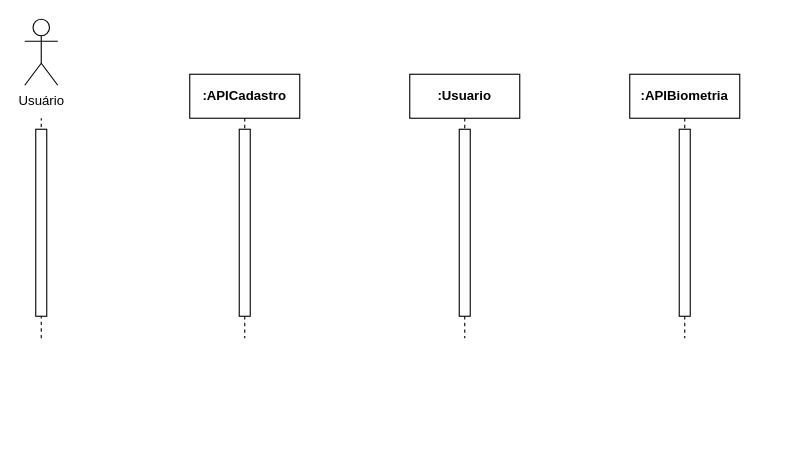
This is diagrama_sequencia/Diagrama_Sequencia_UC03.drawio from gb-cs-rt/home_broker, a draw.io file, before an edit. Source tidied: cells renumbered, new cells numbered last; positions are measured from the earlier drawing's top-left corner, leaving out a move shared by most shapes. Both pictures are drawn from the tidied source at 110%, with x=0, y=0 at pixel (24, 19).
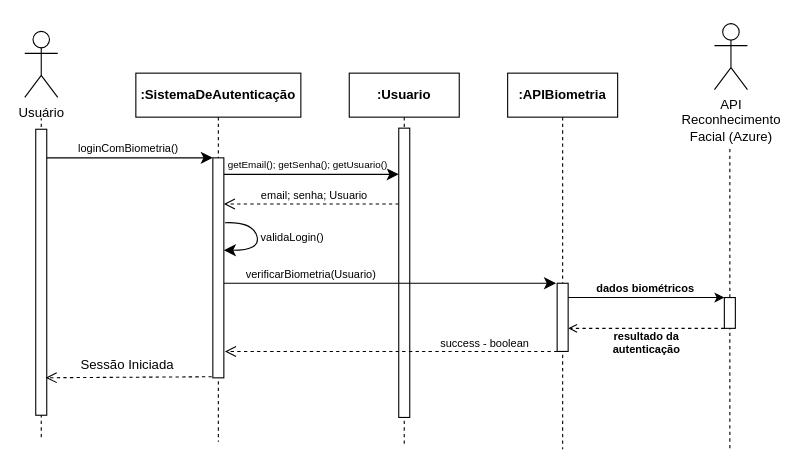
The same diagram, later.

The edit, as a diff of the source:
```diff
@@
     <mxCell id="2" style="endArrow=none;dashed=1;html=1;rounded=0;" parent="1" edge="1">
       <mxGeometry relative="1" as="geometry">
-        <mxPoint x="15" y="290" as="sourcePoint" />
+        <mxPoint x="15" y="380" as="sourcePoint" />
         <mxPoint x="15" y="90" as="targetPoint" />
       </mxGeometry>
     </mxCell>
     <mxCell id="3" value="&lt;b&gt;:Usuario&lt;/b&gt;" style="shape=umlLifeline;perimeter=lifelinePerimeter;whiteSpace=wrap;html=1;newEdgeStyle={&quot;edgeStyle&quot;:&quot;elbowEdgeStyle&quot;,&quot;elbow&quot;:&quot;vertical&quot;,&quot;curved&quot;:0,&quot;rounded&quot;:0};" parent="1" vertex="1">
-      <mxGeometry x="350" y="50" width="100" height="240" as="geometry" />
+      <mxGeometry x="295" y="49" width="100" height="339" as="geometry" />
     </mxCell>
     <mxCell id="4" style="html=1;points=[];perimeter=orthogonalPerimeter;outlineConnect=0;targetShapes=umlLifeline;portConstraint=eastwest;newEdgeStyle={&quot;edgeStyle&quot;:&quot;elbowEdgeStyle&quot;,&quot;elbow&quot;:&quot;vertical&quot;,&quot;curved&quot;:0,&quot;rounded&quot;:0};" parent="3" vertex="1">
-      <mxGeometry x="45" y="50" width="10" height="170" as="geometry" />
+      <mxGeometry x="45" y="50" width="10" height="263" as="geometry" />
     </mxCell>
-    <mxCell id="5" value="&lt;b&gt;:APICadastro&lt;/b&gt;" style="shape=umlLifeline;perimeter=lifelinePerimeter;whiteSpace=wrap;html=1;newEdgeStyle={&quot;edgeStyle&quot;:&quot;elbowEdgeStyle&quot;,&quot;elbow&quot;:&quot;vertical&quot;,&quot;curved&quot;:0,&quot;rounded&quot;:0};" parent="1" vertex="1">
-      <mxGeometry x="150" y="50" width="100" height="240" as="geometry" />
+    <mxCell id="5" value="&lt;b&gt;:SistemaDeAutenticação&lt;/b&gt;" style="shape=umlLifeline;perimeter=lifelinePerimeter;whiteSpace=wrap;html=1;newEdgeStyle={&quot;edgeStyle&quot;:&quot;elbowEdgeStyle&quot;,&quot;elbow&quot;:&quot;vertical&quot;,&quot;curved&quot;:0,&quot;rounded&quot;:0};" parent="1" vertex="1">
+      <mxGeometry x="101" y="49" width="150" height="335" as="geometry" />
     </mxCell>
     <mxCell id="6" style="html=1;points=[];perimeter=orthogonalPerimeter;outlineConnect=0;targetShapes=umlLifeline;portConstraint=eastwest;newEdgeStyle={&quot;edgeStyle&quot;:&quot;elbowEdgeStyle&quot;,&quot;elbow&quot;:&quot;vertical&quot;,&quot;curved&quot;:0,&quot;rounded&quot;:0};" parent="5" vertex="1">
-      <mxGeometry x="45" y="50" width="10" height="170" as="geometry" />
+      <mxGeometry x="70" y="77" width="10" height="200" as="geometry" />
     </mxCell>
     <mxCell id="7" value="Usuário" style="shape=umlActor;verticalLabelPosition=bottom;verticalAlign=top;html=1;" parent="1" vertex="1">
-      <mxGeometry width="30" height="60" as="geometry" />
+      <mxGeometry y="11" width="30" height="60" as="geometry" />
     </mxCell>
     <mxCell id="8" style="rounded=0;whiteSpace=wrap;html=1;" parent="1" vertex="1">
-      <mxGeometry x="10" y="100" width="10" height="170" as="geometry" />
+      <mxGeometry x="10" y="100" width="10" height="260" as="geometry" />
     </mxCell>
     <mxCell id="9" value="&lt;b&gt;:APIBiometria&lt;/b&gt;" style="shape=umlLifeline;perimeter=lifelinePerimeter;whiteSpace=wrap;html=1;newEdgeStyle={&quot;edgeStyle&quot;:&quot;elbowEdgeStyle&quot;,&quot;elbow&quot;:&quot;vertical&quot;,&quot;curved&quot;:0,&quot;rounded&quot;:0};" parent="1" vertex="1">
-      <mxGeometry x="550" y="50" width="100" height="240" as="geometry" />
+      <mxGeometry x="439" y="49" width="100" height="342" as="geometry" />
     </mxCell>
     <mxCell id="10" style="html=1;points=[];perimeter=orthogonalPerimeter;outlineConnect=0;targetShapes=umlLifeline;portConstraint=eastwest;newEdgeStyle={&quot;edgeStyle&quot;:&quot;elbowEdgeStyle&quot;,&quot;elbow&quot;:&quot;vertical&quot;,&quot;curved&quot;:0,&quot;rounded&quot;:0};" parent="9" vertex="1">
-      <mxGeometry x="45" y="50" width="10" height="170" as="geometry" />
+      <mxGeometry x="45" y="191" width="10" height="62" as="geometry" />
     </mxCell>
+    <mxCell id="11" style="endArrow=classic;html=1;rounded=0;fontFamily=Helvetica;fontSize=12;fontColor=default;startSize=8;endSize=8;curved=1;" parent="1" edge="1" target="6">
+      <mxGeometry relative="1" as="geometry">
+        <mxPoint x="20" y="126" as="sourcePoint" />
+      </mxGeometry>
+    </mxCell>
+    <mxCell id="12" value="loginComBiometria()" style="edgeLabel;html=1;align=center;verticalAlign=middle;fontSize=10;fontFamily=Helvetica;fontColor=default;fillColor=none;gradientColor=none;" parent="11" vertex="1">
+      <mxGeometry x="0.05" width="109" height="24" relative="1" as="geometry">
+        <mxPoint x="-60" y="-21" as="offset" />
+      </mxGeometry>
+    </mxCell>
+    <mxCell id="13" style="endArrow=classic;html=1;rounded=0;fontFamily=Helvetica;fontSize=12;fontColor=default;startSize=8;endSize=8;curved=1;" parent="1" edge="1" target="4">
+      <mxGeometry relative="1" as="geometry">
+        <mxPoint x="181" y="141" as="sourcePoint" />
+      </mxGeometry>
+    </mxCell>
+    <mxCell id="14" value="getEmail(); getSenha(); getUsuario()" style="edgeLabel;html=1;align=center;verticalAlign=middle;fontSize=9;fontFamily=Helvetica;fontColor=default;fillColor=none;gradientColor=none;" parent="13" vertex="1">
+      <mxGeometry x="-0.03" y="1" width="163" height="23" relative="1" as="geometry">
+        <mxPoint x="-83" y="-19" as="offset" />
+      </mxGeometry>
+    </mxCell>
+    <mxCell id="15" style="endArrow=open;html=1;rounded=0;fontFamily=Helvetica;fontSize=12;fontColor=default;startSize=8;endSize=8;curved=1;dashed=1;endFill=0;" parent="1" edge="1">
+      <mxGeometry relative="1" as="geometry">
+        <mxPoint x="340" y="168" as="sourcePoint" />
+        <mxPoint x="181" y="168" as="targetPoint" />
+      </mxGeometry>
+    </mxCell>
+    <mxCell id="16" value="email; senha; Usuario" style="edgeLabel;html=1;align=center;verticalAlign=middle;fontSize=10;fontFamily=Helvetica;fontColor=default;fillColor=none;gradientColor=none;" parent="1" vertex="1">
+      <mxGeometry x="205" y="148" width="115" height="24" as="geometry" />
+    </mxCell>
+    <mxCell id="17" style="endArrow=classic;html=1;rounded=0;fontFamily=Helvetica;fontSize=12;fontColor=default;startSize=8;endSize=8;curved=1;" parent="1" edge="1" target="6">
+      <mxGeometry relative="1" as="geometry">
+        <mxPoint x="182" y="185" as="sourcePoint" />
+        <Array as="points">
+          <mxPoint x="207" y="184" />
+          <mxPoint x="215" y="210" />
+        </Array>
+      </mxGeometry>
+    </mxCell>
+    <mxCell id="18" value="validaLogin()" style="edgeLabel;html=1;align=center;verticalAlign=middle;fontSize=10;fontFamily=Helvetica;fontColor=default;fillColor=none;gradientColor=none;" parent="17" vertex="1">
+      <mxGeometry x="-0.1" width="75" height="24" relative="1" as="geometry">
+        <mxPoint x="-6" y="-11" as="offset" />
+      </mxGeometry>
+    </mxCell>
+    <mxCell id="19" style="endArrow=classic;html=1;rounded=0;fontFamily=Helvetica;fontSize=12;fontColor=default;startSize=8;endSize=8;curved=1;" parent="1" edge="1" source="6">
+      <mxGeometry relative="1" as="geometry">
+        <mxPoint x="483" y="240" as="targetPoint" />
+      </mxGeometry>
+    </mxCell>
+    <mxCell id="20" value="verificarBiometria(Usuario)" style="edgeLabel;html=1;align=center;verticalAlign=middle;fontSize=10;fontFamily=Helvetica;fontColor=default;fillColor=none;gradientColor=none;" parent="19" vertex="1">
+      <mxGeometry x="-0.58" y="-1" width="136" height="24" relative="1" as="geometry">
+        <mxPoint x="-52" y="-21" as="offset" />
+      </mxGeometry>
+    </mxCell>
+    <mxCell id="21" style="endArrow=open;html=1;rounded=0;fontFamily=Helvetica;fontSize=12;fontColor=default;startSize=8;endSize=8;curved=1;dashed=1;endFill=0;" parent="1" edge="1">
+      <mxGeometry relative="1" as="geometry">
+        <mxPoint x="484" y="302" as="sourcePoint" />
+        <mxPoint x="182" y="302" as="targetPoint" />
+      </mxGeometry>
+    </mxCell>
+    <mxCell id="22" value="success - boolean" style="edgeLabel;html=1;align=center;verticalAlign=middle;fontSize=10;fontFamily=Helvetica;fontColor=default;fillColor=none;gradientColor=none;" parent="1" vertex="1">
+      <mxGeometry x="368" y="282" width="99" height="24" as="geometry" />
+    </mxCell>
+    <mxCell id="23" style="endArrow=open;html=1;rounded=0;fontFamily=Helvetica;fontSize=12;fontColor=default;startSize=8;endSize=8;curved=1;entryX=1;entryY=0.715;entryDx=0;entryDy=0;entryPerimeter=0;dashed=1;endFill=0;" parent="1" edge="1">
+      <mxGeometry relative="1" as="geometry">
+        <mxPoint x="170" y="325" as="sourcePoint" />
+        <mxPoint x="19" y="325.9" as="targetPoint" />
+      </mxGeometry>
+    </mxCell>
+    <mxCell id="24" value="Sessão Iniciada" style="edgeLabel;html=1;align=center;verticalAlign=middle;fontSize=12;fontFamily=Helvetica;fontColor=default;fillColor=none;gradientColor=none;" parent="23" vertex="1">
+      <mxGeometry x="0.07" y="2" width="103" height="26" relative="1" as="geometry">
+        <mxPoint x="-48" y="-26" as="offset" />
+      </mxGeometry>
+    </mxCell>
+    <mxCell id="25" style="endArrow=none;dashed=1;html=1;rounded=0;" parent="1" edge="1" source="32">
+      <mxGeometry relative="1" as="geometry">
+        <mxPoint x="641" y="118" as="targetPoint" />
+      </mxGeometry>
+    </mxCell>
+    <mxCell id="26" value="API&lt;div&gt;Reconhecimento&lt;/div&gt;&lt;div&gt;Facial (Azure)&lt;/div&gt;" style="shape=umlActor;verticalLabelPosition=bottom;verticalAlign=top;html=1;" parent="1" vertex="1">
+      <mxGeometry x="627" y="4" width="30" height="60" as="geometry" />
+    </mxCell>
+    <mxCell id="27" style="endArrow=classic;html=1;rounded=0;entryX=0;entryY=0;entryDx=0;entryDy=0;" parent="1" edge="1" source="10" target="32">
+      <mxGeometry relative="1" as="geometry" />
+    </mxCell>
+    <mxCell id="28" style="endArrow=open;html=1;rounded=0;exitX=0;exitY=1;exitDx=0;exitDy=0;dashed=1;endFill=0;" parent="1" edge="1" source="32" target="10">
+      <mxGeometry relative="1" as="geometry" />
+    </mxCell>
+    <mxCell id="29" value="dados biométricos" style="text;html=1;align=center;verticalAlign=middle;strokeColor=none;fillColor=none;fontSize=10;fontStyle=1;" parent="1" vertex="1">
+      <mxGeometry x="514" y="229" width="100" height="30" as="geometry" />
+    </mxCell>
+    <mxCell id="30" value="resultado da&lt;div style=&quot;font-size: 10px;&quot;&gt;autenticação&lt;/div&gt;" style="text;html=1;align=center;verticalAlign=middle;strokeColor=none;fillColor=none;fontSize=10;fontStyle=1;" parent="1" vertex="1">
+      <mxGeometry x="525" y="274" width="80" height="40" as="geometry" />
+    </mxCell>
+    <mxCell id="31" style="endArrow=none;dashed=1;html=1;rounded=0;" parent="1" edge="1" target="32">
+      <mxGeometry relative="1" as="geometry">
+        <mxPoint x="641" y="390" as="sourcePoint" />
+      </mxGeometry>
+    </mxCell>
+    <mxCell id="32" style="rounded=0;whiteSpace=wrap;html=1;" parent="1" vertex="1">
+      <mxGeometry x="636" y="253" width="10" height="28" as="geometry" />
+    </mxCell>
```
